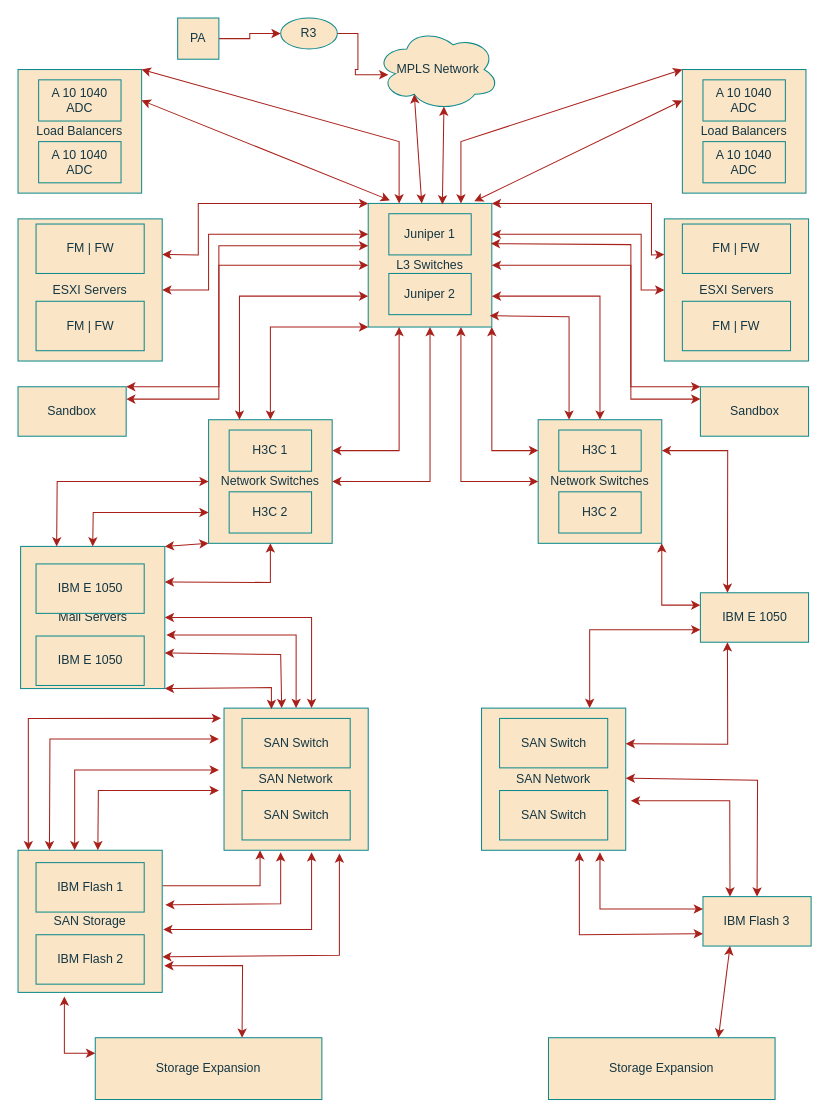
nhuseynov/python keeps this draw.io diagram as mail-topology2.drawio. Above is the earlier version. Source tidied: cells renumbered, new cells numbered last; positions are measured from the earlier drawing's top-left corner, leaving out a move shared by most shapes. Both pictures are drawn from the tidied source at 103%, with x=0, y=0 at pixel (18, 18).
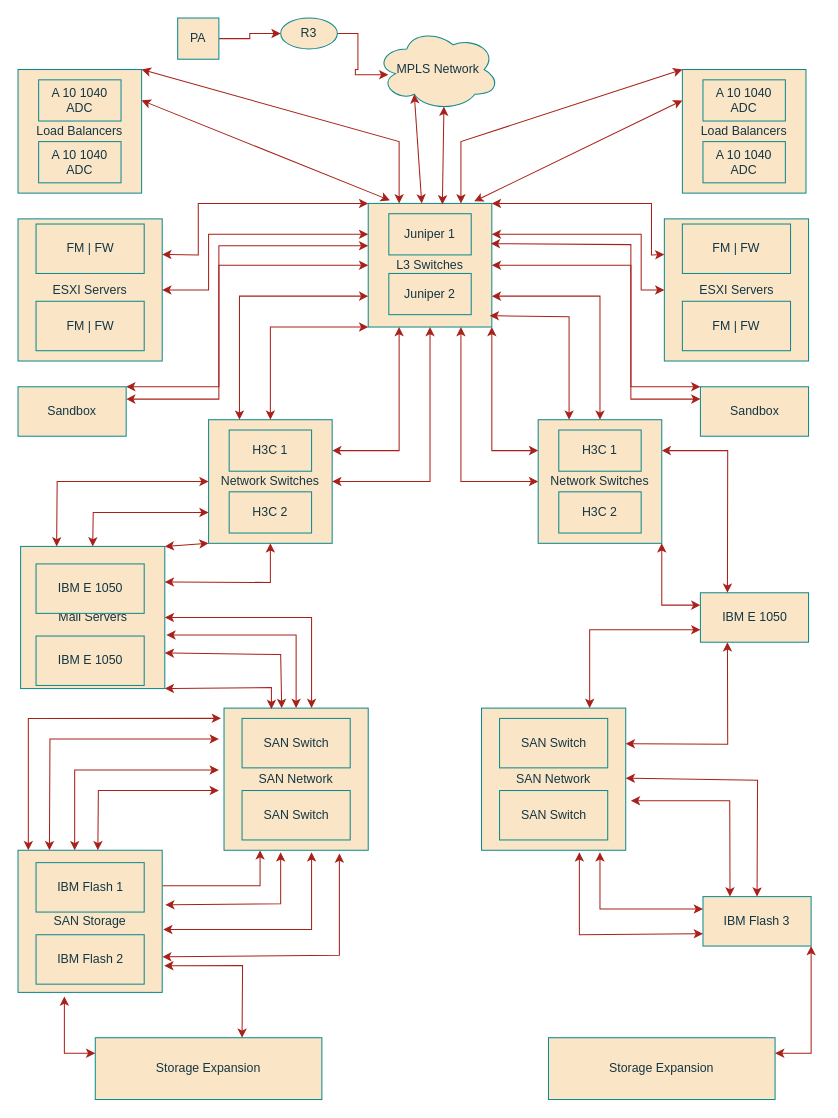
Above is the later version.

Unchanged cells that the change refers to:
```xml
<mxCell id="24" value="IBM Flash 3" style="rounded=0;whiteSpace=wrap;html=1;labelBackgroundColor=none;fillColor=#FAE5C7;strokeColor=#0F8B8D;fontColor=#143642;" parent="1" vertex="1">
  <mxGeometry x="665" y="853" width="105" height="48" as="geometry" />
</mxCell>
<mxCell id="34" value="Storage Expansion" style="rounded=0;whiteSpace=wrap;html=1;labelBackgroundColor=none;fillColor=#FAE5C7;strokeColor=#0F8B8D;fontColor=#143642;" parent="1" vertex="1">
  <mxGeometry x="515" y="990" width="220" height="60" as="geometry" />
</mxCell>
```

Change to the diagram source:
```diff
@@
-    <mxCell id="36" style="endArrow=classic;startArrow=classic;html=1;rounded=0;entryX=0.25;entryY=1;entryDx=0;entryDy=0;exitX=0.75;exitY=0;exitDx=0;exitDy=0;labelBackgroundColor=none;strokeColor=#A8201A;fontColor=default;" parent="1" edge="1" source="34" target="24">
-      <mxGeometry relative="1" as="geometry" />
+    <mxCell id="36" style="endArrow=classic;startArrow=classic;html=1;rounded=0;labelBackgroundColor=none;strokeColor=#A8201A;fontColor=default;exitX=1;exitY=0.25;exitDx=0;exitDy=0;entryX=1;entryY=1;entryDx=0;entryDy=0;" parent="1" edge="1" source="34" target="24">
+      <mxGeometry relative="1" as="geometry">
+        <Array as="points">
+          <mxPoint x="770" y="1005" />
+        </Array>
+      </mxGeometry>
     </mxCell>
```
